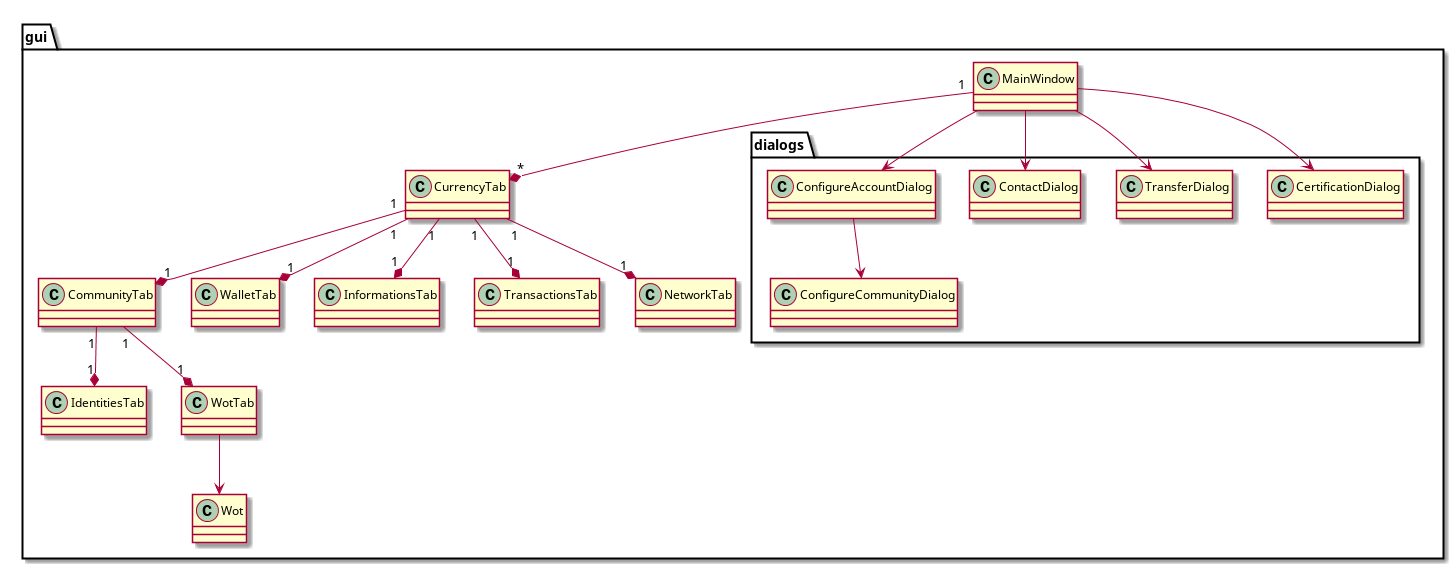
Above: doc/uml/gui-classes.png in duniter/sakia (PlantUML), before the change.
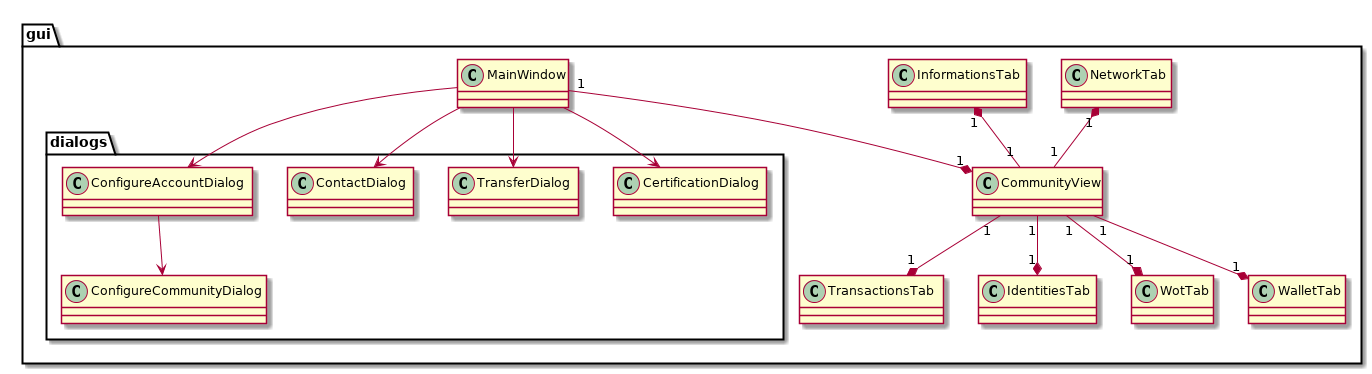
The same file after the commit.

Diff of the diagram source:
```diff
@@ -4,20 +4,17 @@
 package gui {
 		class MainWindow {
 		}
-		MainWindow "1" --* "*" CurrencyTab
+		MainWindow "1" --* "1" CommunityView
 
-		class CurrencyTab {
+		class CommunityView {
 		}
-		CurrencyTab "1" --* "1" CommunityTab
-		CurrencyTab "1" --* "1" WalletTab
-		CurrencyTab "1" --* "1" InformationsTab
-		CurrencyTab "1" --* "1" TransactionsTab
+		CommunityView "1" --* "1" WalletTab
+		CommunityView "1" -down-* "1" InformationsTab
+		CommunityView "1" --* "1" TransactionsTab
+		CommunityView "1" --* "1" IdentitiesTab
+		CommunityView "1" --* "1" WotTab
+		CommunityView "1" -down-* "1" NetworkTab
 
-		class CommunityTab {
-		}
-
-		CommunityTab "1" --* "1" IdentitiesTab
-		CommunityTab "1" --* "1" WotTab
 
 		class WalletTab {
 		}
@@ -30,8 +27,6 @@
 
 		class NetworkTab {
 		}
-
-		CurrencyTab "1" --* "1" NetworkTab
 
 		class IdentitiesTab {
 		}
@@ -51,8 +46,5 @@
 	MainWindow --> ContactDialog
 	MainWindow --> ConfigureAccountDialog
 	ConfigureAccountDialog --> ConfigureCommunityDialog
-
-		class Wot
-		WotTab --> Wot
 }
 @enduml
```
